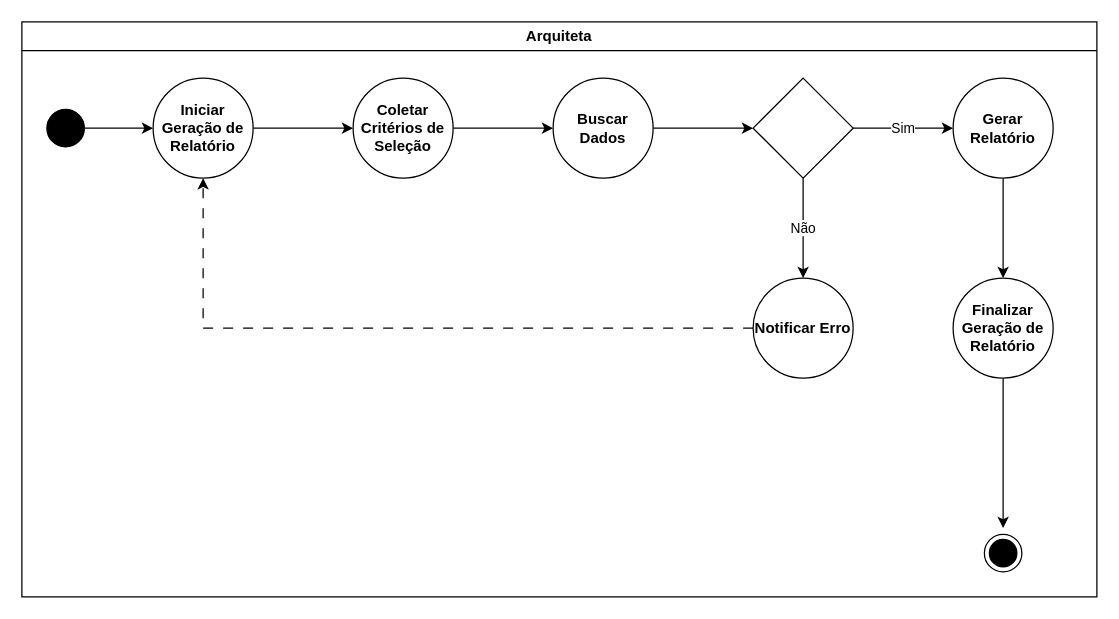
Before: page "DiagramaAtividade" (1 of 2) of Diagramas/GerarRelatórioClientes.drawio in gabsdnker/ES-I, a draw.io diagram. Source tidied: cells renumbered, new cells numbered last; positions are measured from the earlier drawing's top-left corner, leaving out a move shared by most shapes. Both pictures are drawn from the tidied source at 125%, with x=0, y=0 at pixel (21, 21).
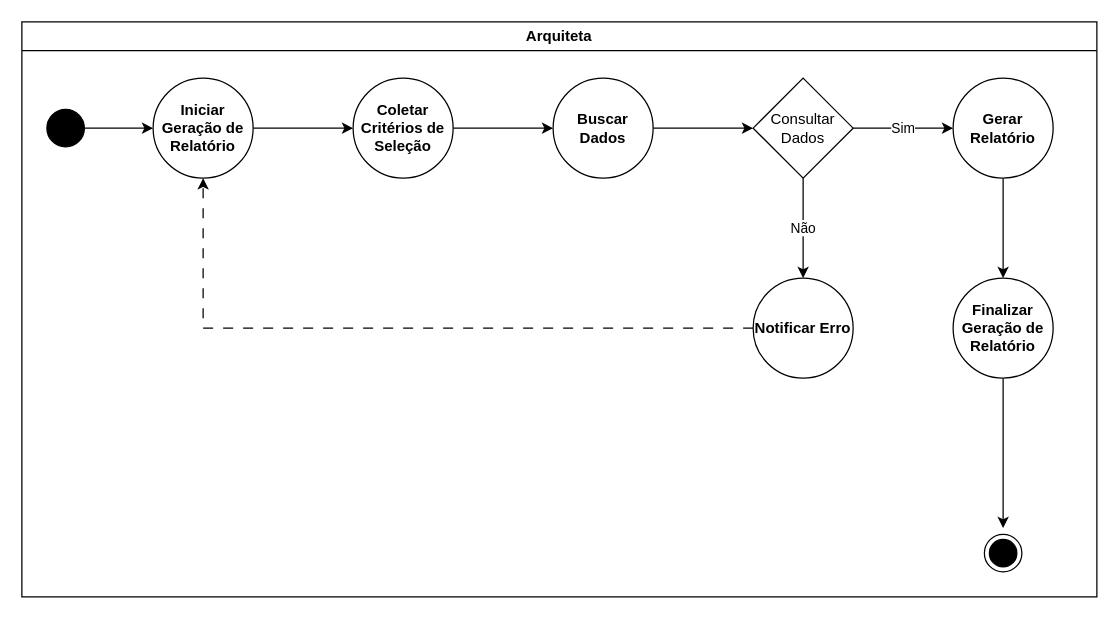
The same diagram, later.

The change refers to these unchanged cells:
```xml
<mxCell id="2" value="Arquiteta" style="swimlane;whiteSpace=wrap;html=1;" parent="1" vertex="1">
  <mxGeometry width="860" height="460" as="geometry" />
</mxCell>
```

Diff of the diagram source:
```diff
@@
-    <mxCell id="13" style="rhombus;whiteSpace=wrap;html=1;" parent="2" vertex="1">
+    <mxCell id="13" value="Consultar Dados" style="rhombus;whiteSpace=wrap;html=1;" parent="2" vertex="1">
       <mxGeometry x="585" y="45" width="80" height="80" as="geometry" />
     </mxCell>
```
